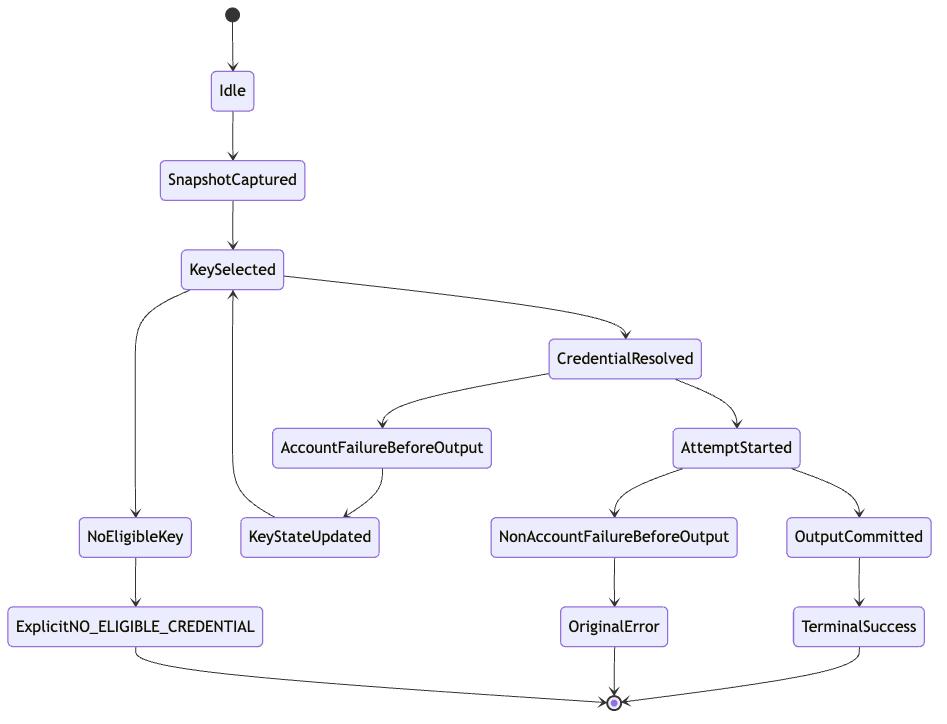
Jasonzhangf/agent-plugins keeps this Mermaid diagram as dsh-multikey-provider/docs/diagrams/attempt-state-machine.png. Above is the earlier version. Its source is kept beside it as dsh-multikey-provider/docs/diagrams/attempt-state-machine.mmd.
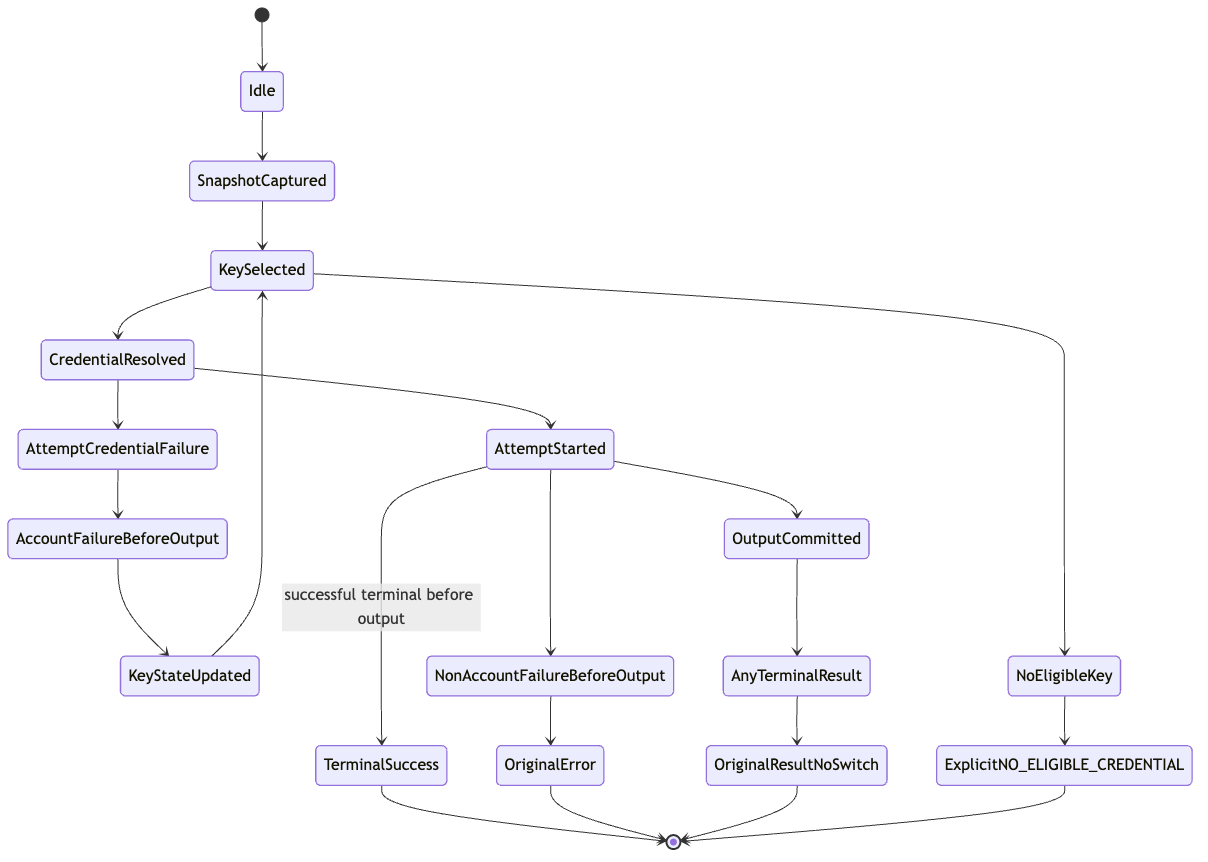
Above is the later version.

The edit, as a diff of the source:
```diff
@@ -5,14 +5,18 @@
   KeySelected --> CredentialResolved
   CredentialResolved --> AttemptStarted
   AttemptStarted --> OutputCommitted
-  OutputCommitted --> TerminalSuccess
-  CredentialResolved --> AccountFailureBeforeOutput
+  AttemptStarted --> TerminalSuccess: successful terminal before output
+  CredentialResolved --> AttemptCredentialFailure
+  AttemptCredentialFailure --> AccountFailureBeforeOutput
   AccountFailureBeforeOutput --> KeyStateUpdated
   KeyStateUpdated --> KeySelected
   AttemptStarted --> NonAccountFailureBeforeOutput
   NonAccountFailureBeforeOutput --> OriginalError
+  OutputCommitted --> AnyTerminalResult
+  AnyTerminalResult --> OriginalResultNoSwitch
   KeySelected --> NoEligibleKey
   NoEligibleKey --> ExplicitNO_ELIGIBLE_CREDENTIAL
   TerminalSuccess --> [*]
   OriginalError --> [*]
+  OriginalResultNoSwitch --> [*]
   ExplicitNO_ELIGIBLE_CREDENTIAL --> [*]
```
